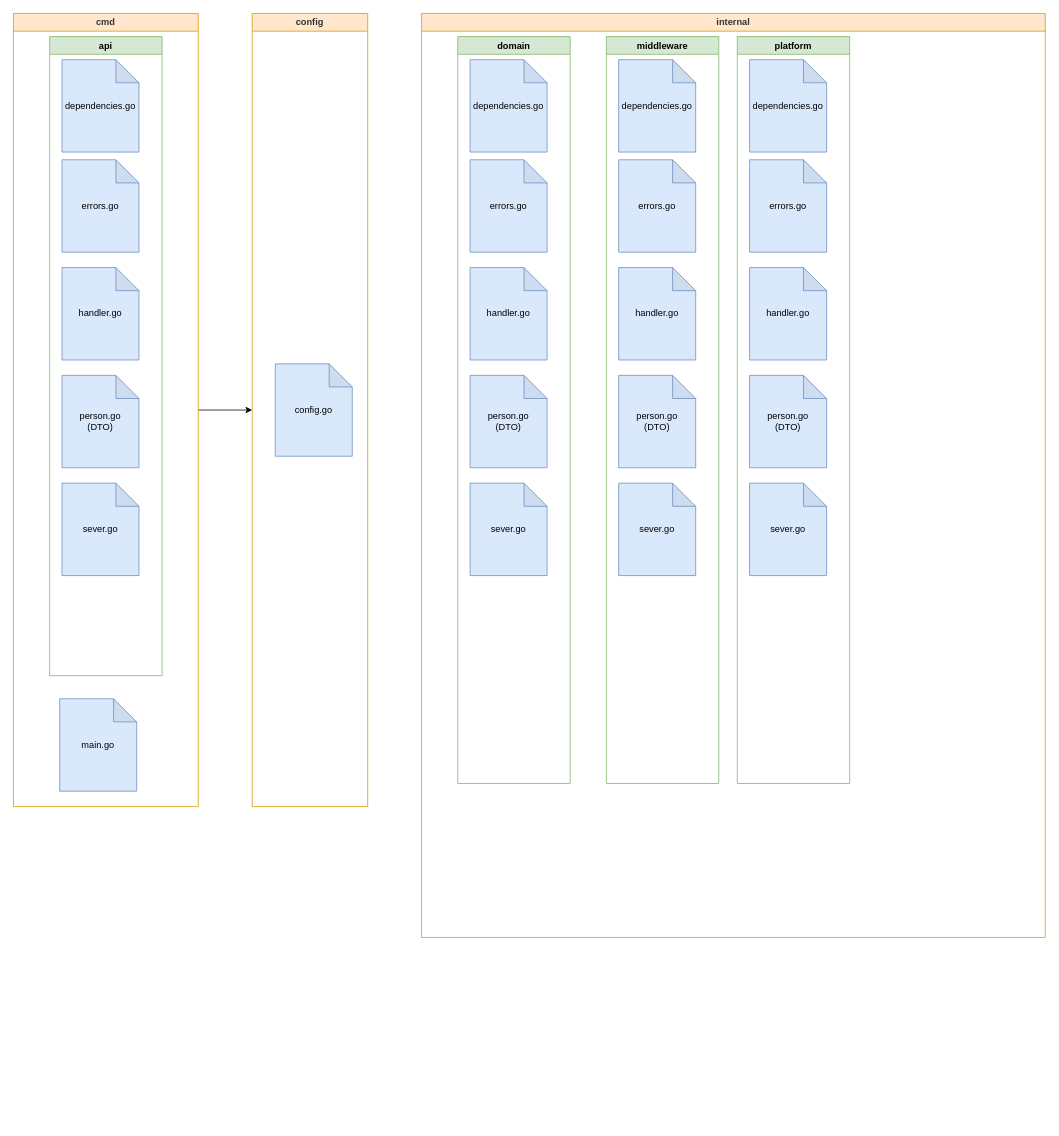
The draw.io diagram Base_Line_Motogo.drawio in EstebanGitPro/Digramas, before the edit. Source tidied: cells renumbered, new cells numbered last; positions are measured from the earlier drawing's top-left corner, leaving out a move shared by most shapes. Both pictures are drawn from the tidied source at 77%, with x=0, y=0 at pixel (13, 13).
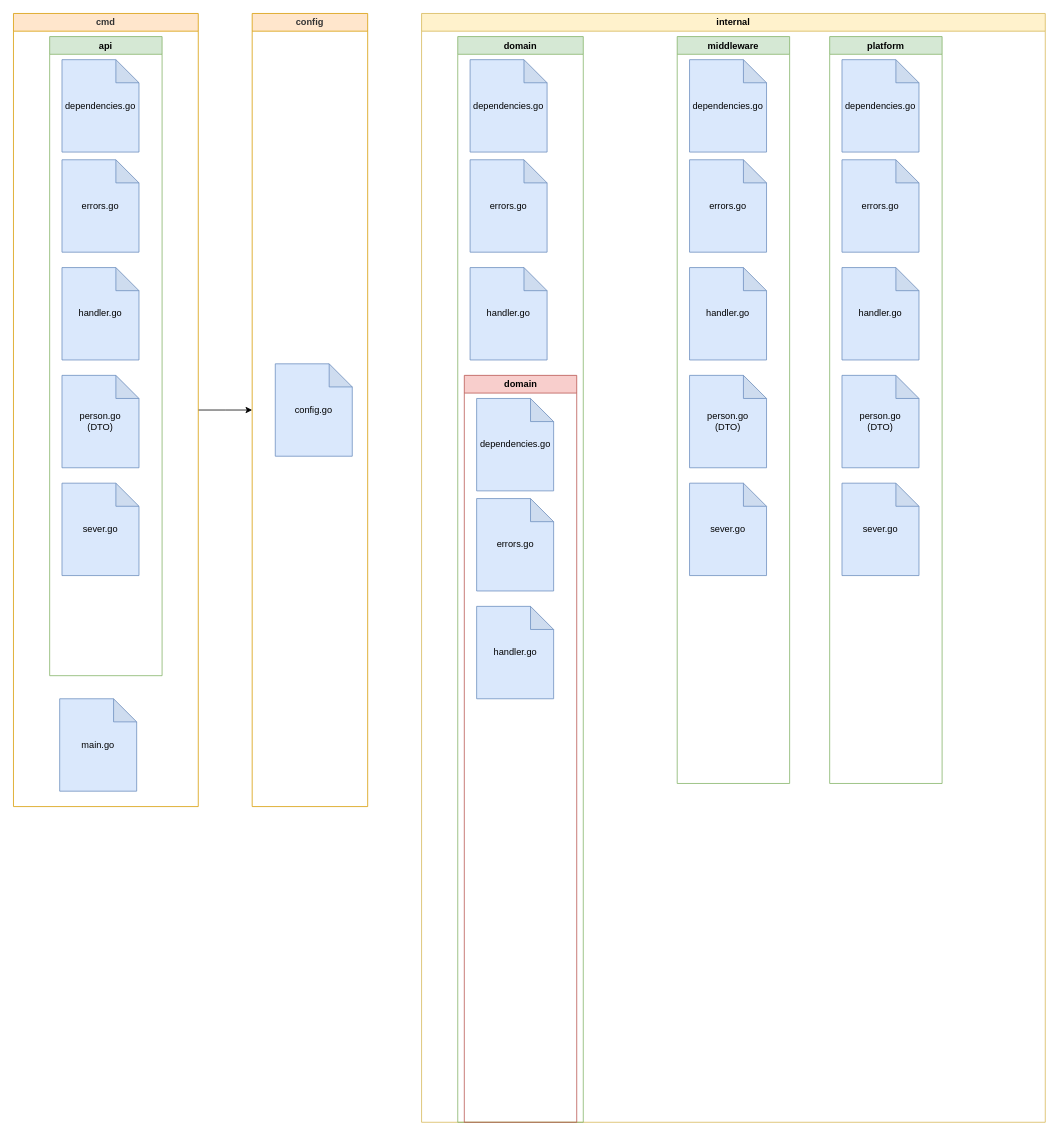
The same diagram, later.

Change to the diagram source:
```diff
@@
-    <mxCell id="13" value="internal" style="swimlane;whiteSpace=wrap;html=1;fillColor=#ffe6cc;fontColor=#333333;strokeColor=#d79b00;" parent="1" vertex="1">
-      <mxGeometry x="530" width="810" height="1200" as="geometry" />
+    <mxCell id="13" value="internal" style="swimlane;whiteSpace=wrap;html=1;fillColor=#fff2cc;strokeColor=#d6b656;" parent="1" vertex="1">
+      <mxGeometry x="530" width="810" height="1440" as="geometry" />
     </mxCell>
     <mxCell id="14" value="domain" style="swimlane;whiteSpace=wrap;html=1;fillColor=#d5e8d4;strokeColor=#82b366;" parent="13" vertex="1">
-      <mxGeometry x="47" y="30" width="146" height="970" as="geometry" />
+      <mxGeometry x="47" y="30" width="163" height="1410" as="geometry" />
     </mxCell>
@@
-    <mxCell id="18" value="sever.go" style="shape=note;whiteSpace=wrap;html=1;backgroundOutline=1;darkOpacity=0.05;fillColor=#dae8fc;strokeColor=#6c8ebf;" parent="14" vertex="1">
-      <mxGeometry x="16" y="580" width="100" height="120" as="geometry" />
-    </mxCell>
-    <mxCell id="19" value="person.go&lt;div&gt;(DTO)&lt;/div&gt;" style="shape=note;whiteSpace=wrap;html=1;backgroundOutline=1;darkOpacity=0.05;fillColor=#dae8fc;strokeColor=#6c8ebf;" parent="14" vertex="1">
-      <mxGeometry x="16" y="440" width="100" height="120" as="geometry" />
-    </mxCell>
+    <mxCell id="32" value="domain" style="swimlane;whiteSpace=wrap;html=1;fillColor=#f8cecc;strokeColor=#b85450;" parent="14" vertex="1">
+      <mxGeometry x="8.5" y="440" width="146" height="970" as="geometry" />
+    </mxCell>
+    <mxCell id="33" value="dependencies.go" style="shape=note;whiteSpace=wrap;html=1;backgroundOutline=1;darkOpacity=0.05;fillColor=#dae8fc;strokeColor=#6c8ebf;" parent="32" vertex="1">
+      <mxGeometry x="16" y="30" width="100" height="120" as="geometry" />
+    </mxCell>
+    <mxCell id="34" value="errors.go" style="shape=note;whiteSpace=wrap;html=1;backgroundOutline=1;darkOpacity=0.05;fillColor=#dae8fc;strokeColor=#6c8ebf;" parent="32" vertex="1">
+      <mxGeometry x="16" y="160" width="100" height="120" as="geometry" />
+    </mxCell>
+    <mxCell id="35" value="handler.go" style="shape=note;whiteSpace=wrap;html=1;backgroundOutline=1;darkOpacity=0.05;fillColor=#dae8fc;strokeColor=#6c8ebf;" parent="32" vertex="1">
+      <mxGeometry x="16" y="300" width="100" height="120" as="geometry" />
+    </mxCell>
     <mxCell id="20" value="middleware" style="swimlane;whiteSpace=wrap;html=1;fillColor=#d5e8d4;strokeColor=#82b366;" parent="13" vertex="1">
-      <mxGeometry x="240" y="30" width="146" height="970" as="geometry" />
+      <mxGeometry x="332" y="30" width="146" height="970" as="geometry" />
     </mxCell>
@@
     <mxCell id="26" value="platform" style="swimlane;whiteSpace=wrap;html=1;fillColor=#d5e8d4;strokeColor=#82b366;" parent="13" vertex="1">
-      <mxGeometry x="410" y="30" width="146" height="970" as="geometry" />
+      <mxGeometry x="530" y="30" width="146" height="970" as="geometry" />
     </mxCell>
```
